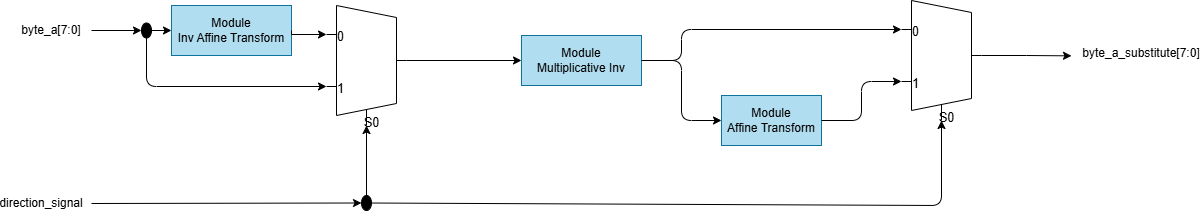
LQLManZz/AES128-Verilog keeps this draw.io diagram as media/SBoxCombinationalLogic.png. Above is the earlier version. Source tidied: cells renumbered, new cells last; positions are measured from the earlier drawing's top-left corner, leaving out a move shared by most shapes.
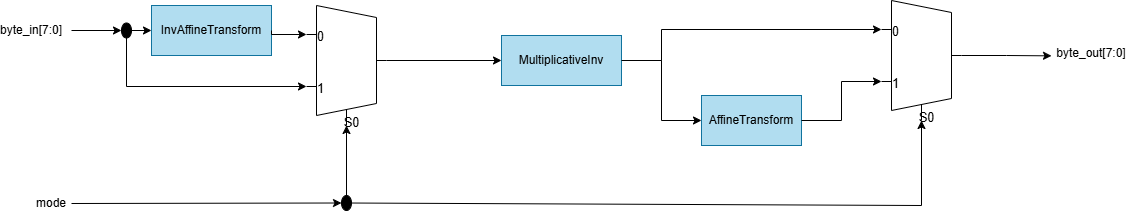
After the change.

The edit, as a diff of the source:
```diff
@@ -2,7 +2,7 @@
   <root>
     <mxCell id="0" />
     <mxCell id="1" parent="0" />
-    <mxCell id="2" value="Module&lt;br&gt;Inv Affine Transform" style="rounded=0;whiteSpace=wrap;html=1;fillColor=#b1ddf0;strokeColor=#10739e;" parent="1" vertex="1">
+    <mxCell id="2" value="InvAffineTransform" style="rounded=0;whiteSpace=wrap;html=1;fillColor=#b1ddf0;strokeColor=#10739e;" parent="1" vertex="1">
       <mxGeometry x="160" y="5" width="120" height="50" as="geometry" />
     </mxCell>
     <mxCell id="3" style="edgeStyle=orthogonalEdgeStyle;rounded=0;jettySize=auto;html=1;exitX=1;exitY=0.5;exitDx=0;exitDy=-5;exitPerimeter=0;entryX=0;entryY=0.5;entryDx=0;entryDy=0;" parent="1" edge="1" source="4" target="8">
@@ -19,13 +19,13 @@
     <mxCell id="6" style="shadow=0;dashed=0;align=center;html=1;strokeWidth=1;shape=mxgraph.electrical.abstract.mux2;whiteSpace=wrap;perimeterSpacing=0;fontSize=25;" parent="1" vertex="1">
       <mxGeometry x="890" width="80" height="120" as="geometry" />
     </mxCell>
-    <mxCell id="7" style="edgeStyle=orthogonalEdgeStyle;rounded=1;jettySize=auto;html=1;exitX=1;exitY=0.5;exitDx=0;exitDy=0;entryX=0;entryY=0.5;entryDx=0;entryDy=0;curved=0;" parent="1" edge="1" source="8" target="9">
+    <mxCell id="7" style="edgeStyle=orthogonalEdgeStyle;rounded=0;jettySize=auto;html=1;exitX=1;exitY=0.5;exitDx=0;exitDy=0;entryX=0;entryY=0.5;entryDx=0;entryDy=0;curved=0;" parent="1" edge="1" source="8" target="9">
       <mxGeometry relative="1" as="geometry" />
     </mxCell>
-    <mxCell id="8" value="Module&lt;br&gt;Multiplicative Inv" style="rounded=0;whiteSpace=wrap;html=1;fillColor=#b1ddf0;strokeColor=#10739e;" parent="1" vertex="1">
+    <mxCell id="8" value="MultiplicativeInv" style="rounded=0;whiteSpace=wrap;html=1;fillColor=#b1ddf0;strokeColor=#10739e;" parent="1" vertex="1">
       <mxGeometry x="510" y="35" width="120" height="50" as="geometry" />
     </mxCell>
-    <mxCell id="9" value="Module&lt;br&gt;Affine Transform" style="rounded=0;whiteSpace=wrap;html=1;fillColor=#b1ddf0;strokeColor=#10739e;" parent="1" vertex="1">
+    <mxCell id="9" value="AffineTransform" style="rounded=0;whiteSpace=wrap;html=1;fillColor=#b1ddf0;strokeColor=#10739e;" parent="1" vertex="1">
       <mxGeometry x="710" y="95" width="100" height="50" as="geometry" />
     </mxCell>
     <mxCell id="10" style="edgeStyle=orthogonalEdgeStyle;rounded=0;jettySize=auto;html=1;exitX=1;exitY=0.5;exitDx=0;exitDy=0;entryX=0;entryY=0.21666666666666667;entryDx=0;entryDy=3;entryPerimeter=0;" parent="1" edge="1" source="2" target="4">
@@ -46,13 +46,18 @@
     <mxCell id="13" style="ellipse;fillColor=strokeColor;html=1;" parent="1" vertex="1">
       <mxGeometry x="130" y="22.5" width="10" height="15" as="geometry" />
     </mxCell>
-    <mxCell id="14" style="edgeStyle=orthogonalEdgeStyle;rounded=1;jettySize=auto;html=1;exitX=0.5;exitY=1;exitDx=0;exitDy=0;entryX=0;entryY=0.65;entryDx=0;entryDy=3;entryPerimeter=0;curved=0;" parent="1" edge="1" source="13" target="4">
+    <mxCell id="14" style="edgeStyle=orthogonalEdgeStyle;rounded=0;jettySize=auto;html=1;exitX=0.5;exitY=1;exitDx=0;exitDy=0;entryX=0;entryY=0.65;entryDx=0;entryDy=3;entryPerimeter=0;curved=0;" parent="1" edge="1" source="13" target="4">
       <mxGeometry relative="1" as="geometry" />
     </mxCell>
-    <mxCell id="15" style="edgeStyle=orthogonalEdgeStyle;rounded=1;jettySize=auto;html=1;exitX=1;exitY=0.5;exitDx=0;exitDy=0;entryX=0;entryY=0.65;entryDx=0;entryDy=3;entryPerimeter=0;curved=0;" parent="1" edge="1" source="9" target="6">
-      <mxGeometry relative="1" as="geometry" />
+    <mxCell id="15" style="edgeStyle=orthogonalEdgeStyle;rounded=0;jettySize=auto;html=1;exitX=1;exitY=0.5;exitDx=0;exitDy=0;entryX=0;entryY=0.65;entryDx=0;entryDy=3;entryPerimeter=0;curved=0;" parent="1" edge="1" source="9" target="6">
+      <mxGeometry relative="1" as="geometry">
+        <Array as="points">
+          <mxPoint x="850" y="120" />
+          <mxPoint x="850" y="81" />
+        </Array>
+      </mxGeometry>
     </mxCell>
-    <mxCell id="16" style="edgeStyle=orthogonalEdgeStyle;rounded=1;jettySize=auto;html=1;exitX=1;exitY=0.5;exitDx=0;exitDy=0;entryX=0;entryY=0.21666666666666667;entryDx=0;entryDy=3;entryPerimeter=0;curved=0;" parent="1" edge="1" source="8" target="6">
+    <mxCell id="16" style="edgeStyle=orthogonalEdgeStyle;rounded=0;jettySize=auto;html=1;exitX=1;exitY=0.5;exitDx=0;exitDy=0;entryX=0;entryY=0.21666666666666667;entryDx=0;entryDy=3;entryPerimeter=0;curved=0;" parent="1" edge="1" source="8" target="6">
       <mxGeometry relative="1" as="geometry">
         <Array as="points">
           <mxPoint x="670" y="60" />
@@ -60,7 +65,7 @@
         </Array>
       </mxGeometry>
     </mxCell>
-    <mxCell id="17" style="endArrow=classic;html=1;rounded=1;entryX=0.375;entryY=1;entryDx=10;entryDy=0;entryPerimeter=0;curved=0;" parent="1" edge="1" source="19" target="6">
+    <mxCell id="17" style="endArrow=classic;html=1;rounded=0;entryX=0.375;entryY=1;entryDx=10;entryDy=0;entryPerimeter=0;curved=0;" parent="1" edge="1" source="19" target="6">
       <mxGeometry relative="1" as="geometry">
         <Array as="points">
           <mxPoint x="930" y="205" />
@@ -78,14 +83,14 @@
     <mxCell id="20" style="edgeStyle=orthogonalEdgeStyle;rounded=0;jettySize=auto;html=1;exitX=0.5;exitY=0;exitDx=0;exitDy=0;entryX=0.375;entryY=1;entryDx=10;entryDy=0;entryPerimeter=0;" parent="1" edge="1" source="19" target="4">
       <mxGeometry relative="1" as="geometry" />
     </mxCell>
-    <mxCell id="21" value="byte_a[7:0]" style="text;html=1;whiteSpace=wrap;strokeColor=none;fillColor=none;align=center;verticalAlign=middle;rounded=0;" parent="1" vertex="1">
+    <mxCell id="21" value="byte_in[7:0]" style="text;html=1;whiteSpace=wrap;strokeColor=none;fillColor=none;align=center;verticalAlign=middle;rounded=0;" parent="1" vertex="1">
       <mxGeometry x="10" y="15" width="60" height="30" as="geometry" />
     </mxCell>
-    <mxCell id="22" value="direction_signal" style="text;html=1;whiteSpace=wrap;strokeColor=none;fillColor=none;align=center;verticalAlign=middle;rounded=0;" parent="1" vertex="1">
-      <mxGeometry y="187.5" width="60" height="30" as="geometry" />
+    <mxCell id="22" value="mode" style="text;html=1;whiteSpace=wrap;strokeColor=none;fillColor=none;align=center;verticalAlign=middle;rounded=0;" parent="1" vertex="1">
+      <mxGeometry x="40" y="187.5" width="40" height="30" as="geometry" />
     </mxCell>
-    <mxCell id="23" value="byte_a_substitute[7:0]" style="text;html=1;whiteSpace=wrap;strokeColor=none;fillColor=none;align=center;verticalAlign=middle;rounded=0;" parent="1" vertex="1">
-      <mxGeometry x="1100" y="37.5" width="60" height="30" as="geometry" />
+    <mxCell id="23" value="byte_out[7:0]" style="text;html=1;whiteSpace=wrap;strokeColor=none;fillColor=none;align=center;verticalAlign=middle;rounded=0;" parent="1" vertex="1">
+      <mxGeometry x="1070" y="37.5" width="60" height="30" as="geometry" />
     </mxCell>
   </root>
 </mxGraphModel>
```
